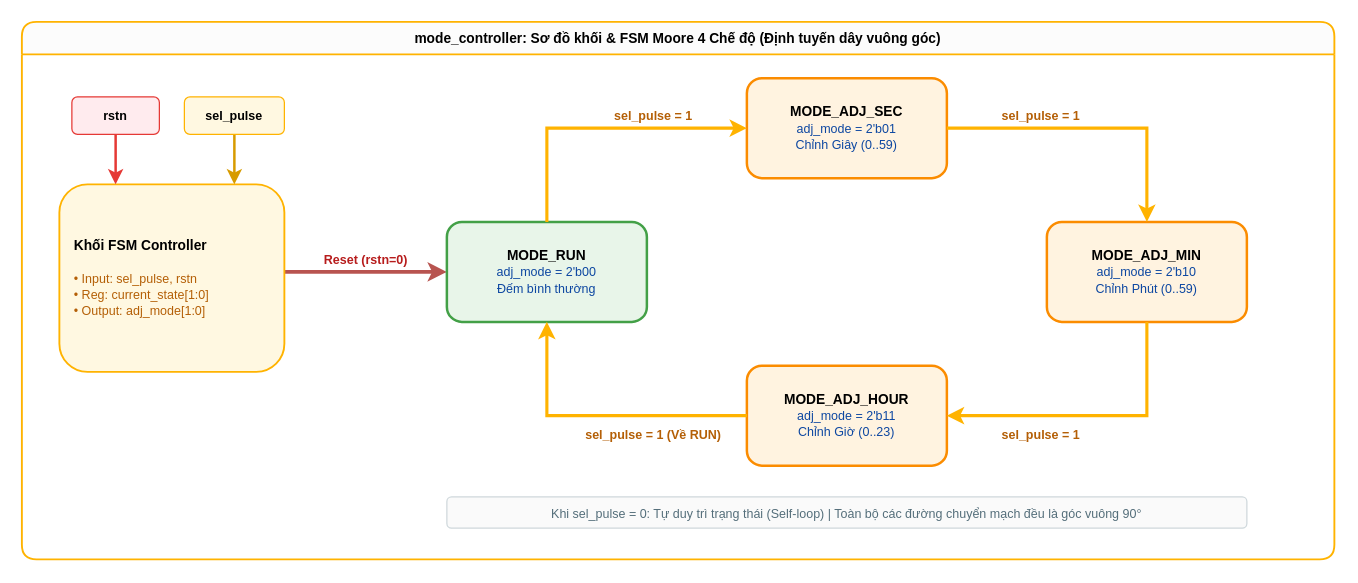
Above: docs/diag_3_3_mode_controller.drawio in ngobinh1/Digital_Clock (draw.io), before the change. Source tidied: cells renumbered, new cells numbered last; positions are measured from the earlier drawing's top-left corner, leaving out a move shared by most shapes. Both pictures are drawn from the tidied source at 125%, with x=0, y=0 at pixel (21, 21).
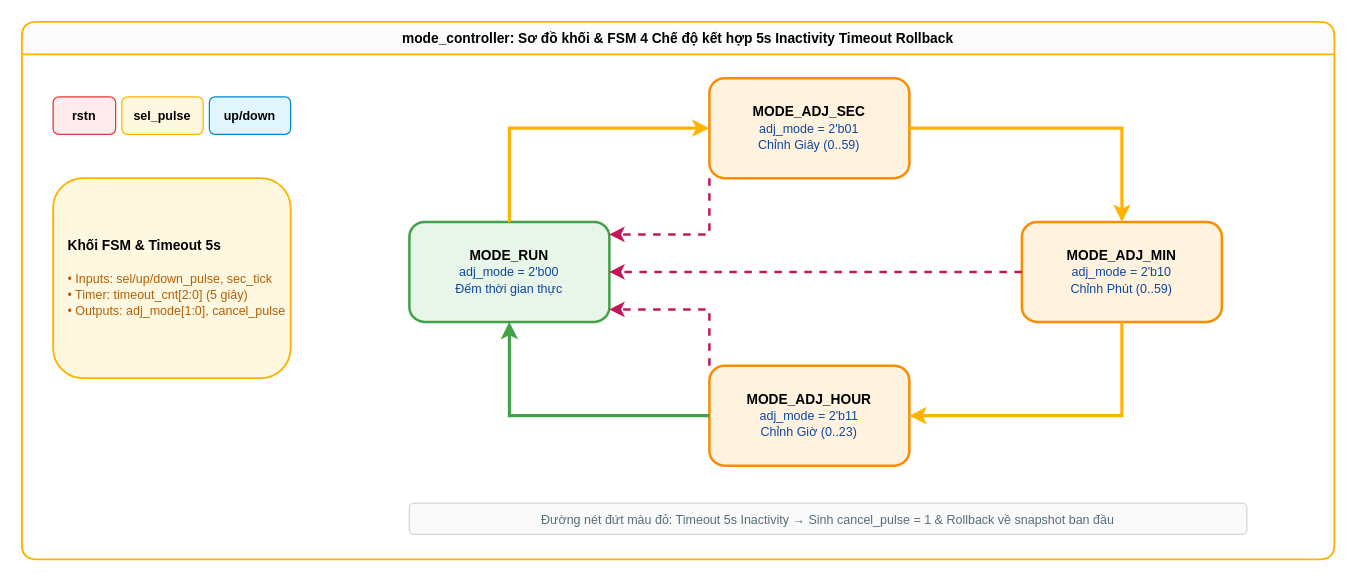
After the change.

The edit, as a diff of the source:
```diff
@@
-    <mxCell id="2" value="&lt;b&gt;mode_controller: Sơ đồ khối &amp;amp; FSM Moore 4 Chế độ (Định tuyến dây vuông góc)&lt;/b&gt;" style="swimlane;whiteSpace=wrap;html=1;fillColor=#fcfcfc;strokeColor=#ffb300;strokeWidth=1.5;startSize=26;fontFamily=Helvetica;fontSize=11;rounded=1;" parent="1" vertex="1">
+    <mxCell id="2" value="&lt;b&gt;mode_controller: Sơ đồ khối &amp;amp; FSM 4 Chế độ kết hợp 5s Inactivity Timeout Rollback&lt;/b&gt;" style="swimlane;whiteSpace=wrap;html=1;fillColor=#fcfcfc;strokeColor=#ffb300;strokeWidth=1.5;startSize=26;fontFamily=Helvetica;fontSize=11;rounded=1;" parent="1" vertex="1">
       <mxGeometry width="1050" height="430" as="geometry" />
     </mxCell>
-    <mxCell id="3" style="edgeStyle=orthogonalEdgeStyle;rounded=0;jettySize=auto;html=1;entryX=0;entryY=0.5;entryDx=0;entryDy=0;fillColor=#f8cecc;strokeColor=#b85450;strokeWidth=3;" parent="2" edge="1" source="4" target="9">
-      <mxGeometry relative="1" as="geometry">
-        <Array as="points">
-          <mxPoint x="250" y="200" />
-          <mxPoint x="250" y="200" />
-        </Array>
-      </mxGeometry>
-    </mxCell>
-    <mxCell id="4" value="&lt;b&gt;Khối FSM Controller&lt;/b&gt;&lt;br&gt;&lt;br&gt;&lt;font color='#b45f06' style='font-size:10px;'&gt;• Input: sel_pulse, rstn&lt;br&gt;• Reg: current_state[1:0]&lt;br&gt;• Output: adj_mode[1:0]&lt;/font&gt;" style="rounded=1;whiteSpace=wrap;html=1;fillColor=#fff8e1;strokeColor=#ffb300;strokeWidth=1.5;align=left;spacingLeft=10;fontSize=11;" parent="2" vertex="1">
-      <mxGeometry x="30" y="130" width="180" height="150" as="geometry" />
+    <mxCell id="4" value="&lt;b&gt;Khối FSM &amp;amp; Timeout 5s&lt;/b&gt;&lt;br&gt;&lt;br&gt;&lt;font color='#b45f06' style='font-size:10px;'&gt;• Inputs: sel/up/down_pulse, sec_tick&lt;br&gt;• Timer: timeout_cnt[2:0] (5 giây)&lt;br&gt;• Outputs: adj_mode[1:0], cancel_pulse&lt;/font&gt;" style="rounded=1;whiteSpace=wrap;html=1;fillColor=#fff8e1;strokeColor=#ffb300;strokeWidth=1.5;align=left;spacingLeft=10;fontSize=11;" parent="2" vertex="1">
+      <mxGeometry x="25" y="125" width="190" height="160" as="geometry" />
     </mxCell>
     <mxCell id="5" value="&lt;b&gt;rstn&lt;/b&gt;" style="rounded=1;whiteSpace=wrap;html=1;fillColor=#ffebee;strokeColor=#e53935;fontSize=10;" parent="2" vertex="1">
-      <mxGeometry x="40" y="60" width="70" height="30" as="geometry" />
+      <mxGeometry x="25" y="60" width="50" height="30" as="geometry" />
     </mxCell>
-    <mxCell id="6" style="edgeStyle=orthogonalEdgeStyle;rounded=0;jettySize=auto;html=1;fillColor=#ffe6cc;strokeColor=#d79b00;strokeWidth=2;" parent="2" edge="1" source="7" target="4">
-      <mxGeometry relative="1" as="geometry">
-        <Array as="points">
-          <mxPoint x="170" y="120" />
-          <mxPoint x="170" y="120" />
-        </Array>
-      </mxGeometry>
-    </mxCell>
     <mxCell id="7" value="&lt;b&gt;sel_pulse&lt;/b&gt;" style="rounded=1;whiteSpace=wrap;html=1;fillColor=#fff8e1;strokeColor=#ffb300;fontSize=10;" parent="2" vertex="1">
-      <mxGeometry x="130" y="60" width="80" height="30" as="geometry" />
+      <mxGeometry x="80" y="60" width="65" height="30" as="geometry" />
     </mxCell>
-    <mxCell id="8" style="edgeStyle=orthogonalEdgeStyle;rounded=0;jettySize=auto;html=1;strokeColor=#e53935;strokeWidth=2;exitX=0.5;exitY=1;exitDx=0;exitDy=0;entryX=0.25;entryY=0;entryDx=0;entryDy=0;" parent="2" edge="1" source="5" target="4">
-      <mxGeometry relative="1" as="geometry" />
-    </mxCell>
+    <mxCell id="23" value="&lt;b&gt;up/down&lt;/b&gt;" style="rounded=1;whiteSpace=wrap;html=1;fillColor=#e1f5fe;strokeColor=#0288d1;fontSize=10;" parent="2" vertex="1">
+      <mxGeometry x="150" y="60" width="65" height="30" as="geometry" />
+    </mxCell>
-    <mxCell id="9" value="&lt;b&gt;MODE_RUN&lt;/b&gt;&lt;br&gt;&lt;font color='#0d47a1' style='font-size:10px;'&gt;adj_mode = 2'b00&lt;br&gt;Đếm bình thường&lt;/font&gt;" style="rounded=1;whiteSpace=wrap;html=1;fillColor=#e8f5e9;strokeColor=#43a047;strokeWidth=2;fontSize=11;" parent="2" vertex="1">
-      <mxGeometry x="340" y="160" width="160" height="80" as="geometry" />
+    <mxCell id="9" value="&lt;b&gt;MODE_RUN&lt;/b&gt;&lt;br&gt;&lt;font color='#0d47a1' style='font-size:10px;'&gt;adj_mode = 2'b00&lt;br&gt;Đếm thời gian thực&lt;/font&gt;" style="rounded=1;whiteSpace=wrap;html=1;fillColor=#e8f5e9;strokeColor=#43a047;strokeWidth=2;fontSize=11;" parent="2" vertex="1">
+      <mxGeometry x="310" y="160" width="160" height="80" as="geometry" />
     </mxCell>
     <mxCell id="10" value="&lt;b&gt;MODE_ADJ_SEC&lt;/b&gt;&lt;br&gt;&lt;font color='#0d47a1' style='font-size:10px;'&gt;adj_mode = 2'b01&lt;br&gt;Chỉnh Giây (0..59)&lt;/font&gt;" style="rounded=1;whiteSpace=wrap;html=1;fillColor=#fff3e0;strokeColor=#fb8c00;strokeWidth=2;fontSize=11;" parent="2" vertex="1">
-      <mxGeometry x="580" y="45" width="160" height="80" as="geometry" />
+      <mxGeometry x="550" y="45" width="160" height="80" as="geometry" />
     </mxCell>
     <mxCell id="11" value="&lt;b&gt;MODE_ADJ_MIN&lt;/b&gt;&lt;br&gt;&lt;font color='#0d47a1' style='font-size:10px;'&gt;adj_mode = 2'b10&lt;br&gt;Chỉnh Phút (0..59)&lt;/font&gt;" style="rounded=1;whiteSpace=wrap;html=1;fillColor=#fff3e0;strokeColor=#fb8c00;strokeWidth=2;fontSize=11;" parent="2" vertex="1">
-      <mxGeometry x="820" y="160" width="160" height="80" as="geometry" />
+      <mxGeometry x="800" y="160" width="160" height="80" as="geometry" />
     </mxCell>
     <mxCell id="12" value="&lt;b&gt;MODE_ADJ_HOUR&lt;/b&gt;&lt;br&gt;&lt;font color='#0d47a1' style='font-size:10px;'&gt;adj_mode = 2'b11&lt;br&gt;Chỉnh Giờ (0..23)&lt;/font&gt;" style="rounded=1;whiteSpace=wrap;html=1;fillColor=#fff3e0;strokeColor=#fb8c00;strokeWidth=2;fontSize=11;" parent="2" vertex="1">
-      <mxGeometry x="580" y="275" width="160" height="80" as="geometry" />
+      <mxGeometry x="550" y="275" width="160" height="80" as="geometry" />
     </mxCell>
-    <mxCell id="13" value="Reset (rstn=0)" style="text;html=1;align=center;verticalAlign=middle;strokeColor=none;fillColor=none;fontColor=#b71c1c;fontStyle=1;fontSize=10;" parent="2" vertex="1">
-      <mxGeometry x="225" y="180" width="100" height="20" as="geometry" />
-    </mxCell>
-    <mxCell id="14" style="edgeStyle=orthogonalEdgeStyle;rounded=0;jettySize=auto;html=1;strokeColor=#ffb300;strokeWidth=2.5;exitX=0.5;exitY=0;exitDx=0;exitDy=0;entryX=0;entryY=0.5;entryDx=0;entryDy=0;" parent="2" edge="1" source="9" target="10">
+    <mxCell id="14" style="edgeStyle=orthogonalEdgeStyle;rounded=0;html=1;strokeColor=#ffb300;strokeWidth=2.5;" parent="2" edge="1" source="9" target="10">
       <mxGeometry relative="1" as="geometry">
         <Array as="points">
-          <mxPoint x="420" y="85" />
+          <mxPoint x="390" y="85" />
         </Array>
       </mxGeometry>
     </mxCell>
-    <mxCell id="15" value="sel_pulse = 1" style="text;html=1;align=center;verticalAlign=middle;strokeColor=none;fillColor=none;fontColor=#b45f06;fontStyle=1;fontSize=10;" parent="2" vertex="1">
-      <mxGeometry x="460" y="65" width="90" height="20" as="geometry" />
-    </mxCell>
-    <mxCell id="16" style="edgeStyle=orthogonalEdgeStyle;rounded=0;jettySize=auto;html=1;strokeColor=#ffb300;strokeWidth=2.5;exitX=1;exitY=0.5;exitDx=0;exitDy=0;entryX=0.5;entryY=0;entryDx=0;entryDy=0;" parent="2" edge="1" source="10" target="11">
+    <mxCell id="16" style="edgeStyle=orthogonalEdgeStyle;rounded=0;html=1;strokeColor=#ffb300;strokeWidth=2.5;" parent="2" edge="1" source="10" target="11">
       <mxGeometry relative="1" as="geometry">
         <Array as="points">
-          <mxPoint x="900" y="85" />
+          <mxPoint x="880" y="85" />
         </Array>
       </mxGeometry>
     </mxCell>
-    <mxCell id="17" value="sel_pulse = 1" style="text;html=1;align=center;verticalAlign=middle;strokeColor=none;fillColor=none;fontColor=#b45f06;fontStyle=1;fontSize=10;" parent="2" vertex="1">
-      <mxGeometry x="770" y="65" width="90" height="20" as="geometry" />
-    </mxCell>
-    <mxCell id="18" style="edgeStyle=orthogonalEdgeStyle;rounded=0;jettySize=auto;html=1;strokeColor=#ffb300;strokeWidth=2.5;exitX=0.5;exitY=1;exitDx=0;exitDy=0;entryX=1;entryY=0.5;entryDx=0;entryDy=0;" parent="2" edge="1" source="11" target="12">
+    <mxCell id="18" style="edgeStyle=orthogonalEdgeStyle;rounded=0;html=1;strokeColor=#ffb300;strokeWidth=2.5;" parent="2" edge="1" source="11" target="12">
       <mxGeometry relative="1" as="geometry">
         <Array as="points">
-          <mxPoint x="900" y="315" />
+          <mxPoint x="880" y="315" />
         </Array>
       </mxGeometry>
     </mxCell>
-    <mxCell id="19" value="sel_pulse = 1" style="text;html=1;align=center;verticalAlign=middle;strokeColor=none;fillColor=none;fontColor=#b45f06;fontStyle=1;fontSize=10;" parent="2" vertex="1">
-      <mxGeometry x="770" y="320" width="90" height="20" as="geometry" />
-    </mxCell>
-    <mxCell id="20" style="edgeStyle=orthogonalEdgeStyle;rounded=0;jettySize=auto;html=1;strokeColor=#ffb300;strokeWidth=2.5;exitX=0;exitY=0.5;exitDx=0;exitDy=0;entryX=0.5;entryY=1;entryDx=0;entryDy=0;" parent="2" edge="1" source="12" target="9">
+    <mxCell id="20" style="edgeStyle=orthogonalEdgeStyle;rounded=0;html=1;strokeColor=#43a047;strokeWidth=2.5;" parent="2" edge="1" source="12" target="9">
       <mxGeometry relative="1" as="geometry">
         <Array as="points">
-          <mxPoint x="420" y="315" />
+          <mxPoint x="390" y="315" />
         </Array>
       </mxGeometry>
     </mxCell>
-    <mxCell id="21" value="sel_pulse = 1 (Về RUN)" style="text;html=1;align=center;verticalAlign=middle;strokeColor=none;fillColor=none;fontColor=#b45f06;fontStyle=1;fontSize=10;" parent="2" vertex="1">
-      <mxGeometry x="435" y="320" width="140" height="20" as="geometry" />
-    </mxCell>
+    <mxCell id="24" style="edgeStyle=orthogonalEdgeStyle;rounded=0;html=1;strokeColor=#c2185b;strokeWidth=2;dashed=1;" parent="2" edge="1" source="10" target="9">
+      <mxGeometry relative="1" as="geometry">
+        <Array as="points">
+          <mxPoint x="550" y="170" />
+          <mxPoint x="470" y="170" />
+        </Array>
+      </mxGeometry>
+    </mxCell>
+    <mxCell id="25" style="edgeStyle=orthogonalEdgeStyle;rounded=0;html=1;strokeColor=#c2185b;strokeWidth=2;dashed=1;" parent="2" edge="1" source="11" target="9">
+      <mxGeometry relative="1" as="geometry">
+        <Array as="points">
+          <mxPoint x="800" y="200" />
+          <mxPoint x="470" y="200" />
+        </Array>
+      </mxGeometry>
+    </mxCell>
+    <mxCell id="26" style="edgeStyle=orthogonalEdgeStyle;rounded=0;html=1;strokeColor=#c2185b;strokeWidth=2;dashed=1;" parent="2" edge="1" source="12" target="9">
+      <mxGeometry relative="1" as="geometry">
+        <Array as="points">
+          <mxPoint x="550" y="230" />
+          <mxPoint x="470" y="230" />
+        </Array>
+      </mxGeometry>
+    </mxCell>
-    <mxCell id="22" value="Khi sel_pulse = 0: Tự duy trì trạng thái (Self-loop) | Toàn bộ các đường chuyển mạch đều là góc vuông 90°" style="rounded=1;whiteSpace=wrap;html=1;fillColor=#fafafa;strokeColor=#cfd8dc;fontColor=#546e7a;fontSize=10;" parent="2" vertex="1">
-      <mxGeometry x="340" y="380" width="640" height="25" as="geometry" />
+    <mxCell id="22" value="Đường nét đứt màu đỏ: Timeout 5s Inactivity → Sinh cancel_pulse = 1 &amp;amp; Rollback về snapshot ban đầu" style="rounded=1;whiteSpace=wrap;html=1;fillColor=#fafafa;strokeColor=#cfd8dc;fontColor=#546e7a;fontSize=10;" parent="2" vertex="1">
+      <mxGeometry x="310" y="385" width="670" height="25" as="geometry" />
     </mxCell>
```
